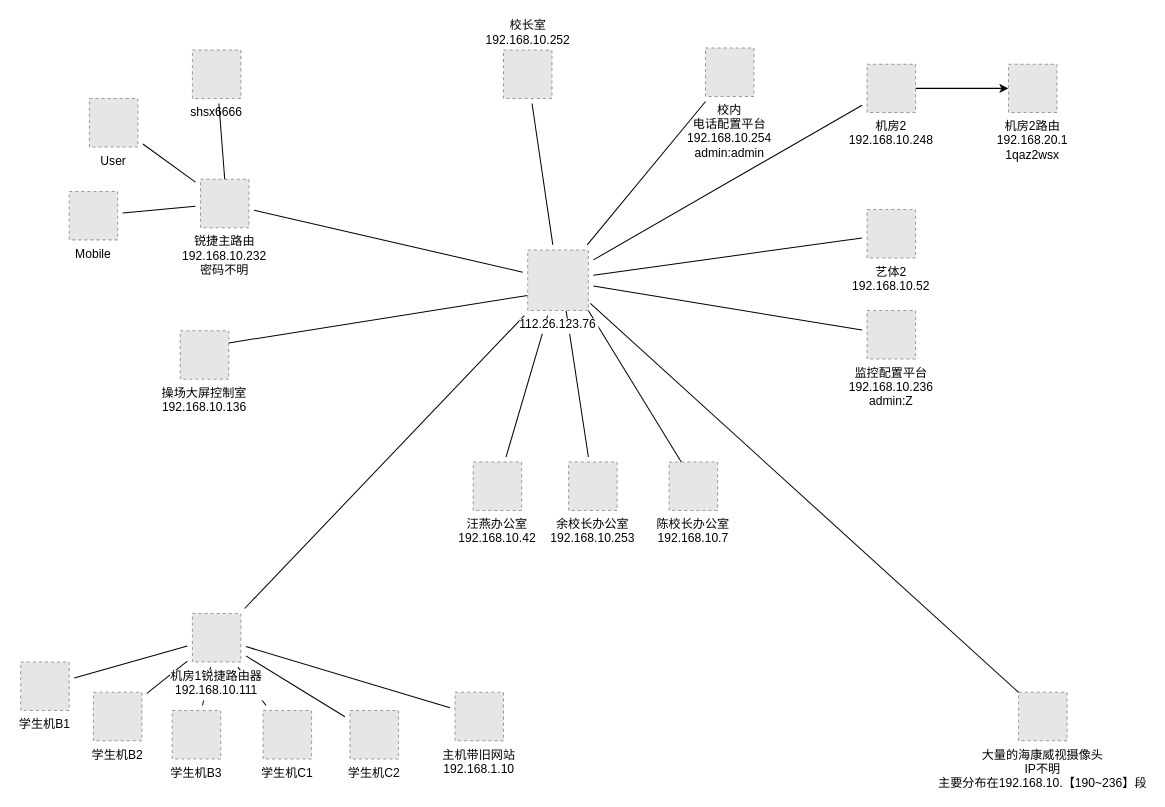
Above: aqsh3x-newwork.drawio in jarodlee/aqsh3x (draw.io), before the change. Source tidied: cells renumbered, new cells numbered last; positions are measured from the earlier drawing's top-left corner, leaving out a move shared by most shapes. Both pictures are drawn from the tidied source at 101%, with x=0, y=0 at pixel (20, 47). Pictures stored in the file or linked from it are replaced by grey dashed boxes.
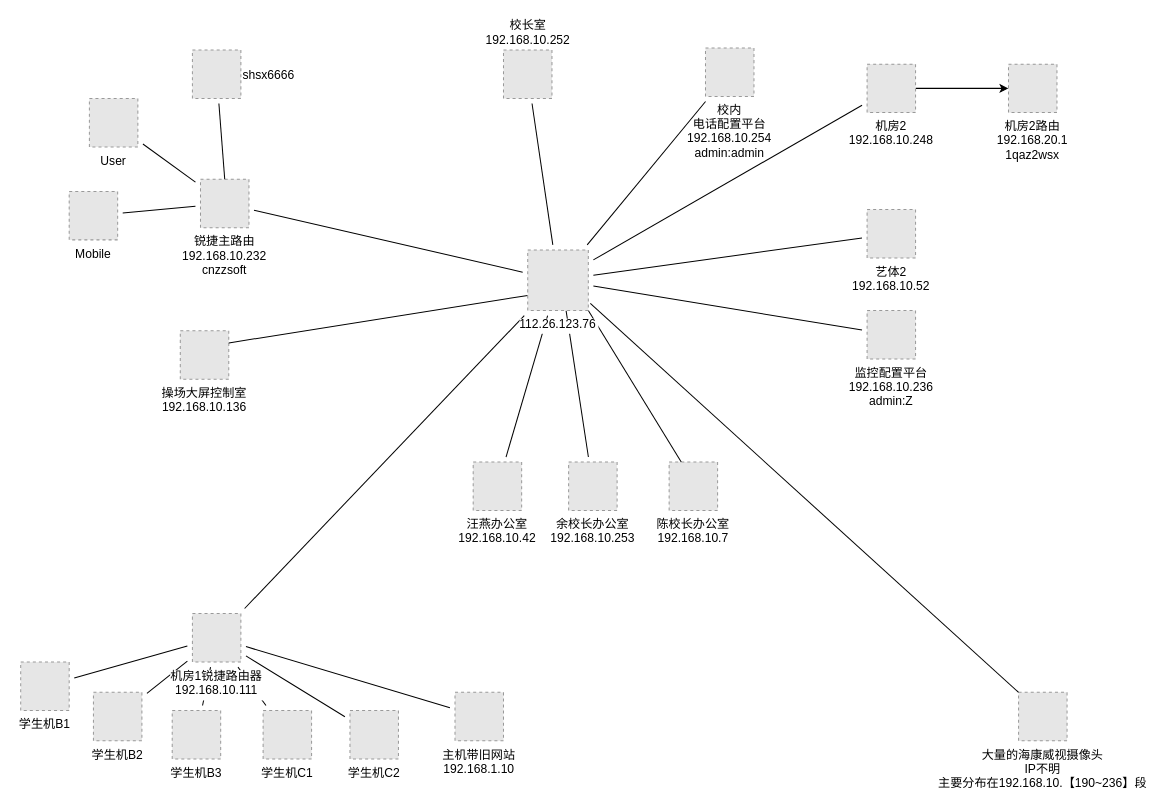
The same diagram, later.

Commit message:
更新aqsh3x-newwork锐捷路由信息

Diff of the diagram source:
```diff
@@
-    <mxCell id="25" value="锐捷主路由&#10;192.168.10.232&#10;密码不明" style="fillColor=#E6E6E6;strokeColor=#999999;dashed=1;verticalLabelPosition=bottom;verticalAlign=top;labelBackgroundColor=#ffffff;" parent="1" vertex="1">
+    <mxCell id="25" value="锐捷主路由&#10;192.168.10.232&#10;cnzzsoft" style="fillColor=#E6E6E6;strokeColor=#999999;dashed=1;verticalLabelPosition=bottom;verticalAlign=top;labelBackgroundColor=#ffffff;" parent="1" vertex="1">
       <mxGeometry x="178" y="130" width="48" height="48" as="geometry" />
     </mxCell>
@@
-    <mxCell id="32" value="shsx6666" style="fillColor=#E6E6E6;strokeColor=#999999;dashed=1;verticalLabelPosition=bottom;verticalAlign=top;" parent="1" vertex="1">
+    <mxCell id="32" value="shsx6666" style="fillColor=#E6E6E6;strokeColor=#999999;dashed=1;verticalLabelPosition=middle;verticalAlign=middle;labelPosition=right;align=left;" parent="1" vertex="1">
       <mxGeometry x="170" y="2" width="48" height="48" as="geometry" />
     </mxCell>
```
